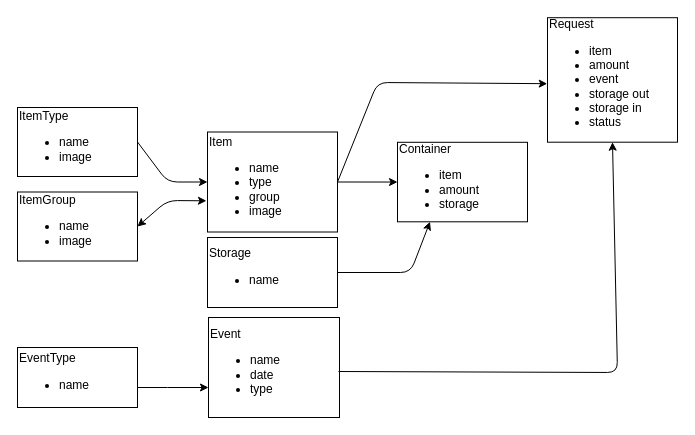
Earlier version of the draw.io diagram MHT.drawio (Aszhelt/MH_Training). Source tidied: cells renumbered, new cells numbered last; positions are measured from the earlier drawing's top-left corner, leaving out a move shared by most shapes. Both pictures are drawn from the tidied source at 100%, with x=0, y=0 at pixel (17, 17).
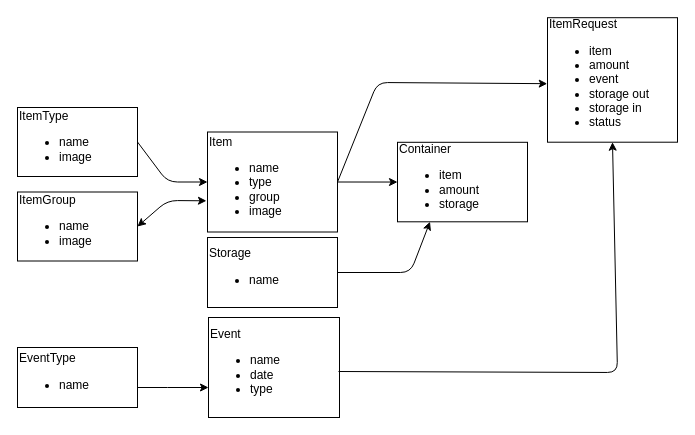
After the change.

Diff of the diagram source:
```diff
@@
-    <mxCell id="12" value="&lt;div&gt;Request&lt;/div&gt;&lt;div&gt;&lt;ul&gt;&lt;li&gt;item&lt;/li&gt;&lt;li&gt;amount&lt;/li&gt;&lt;li&gt;event&lt;/li&gt;&lt;li&gt;storage out&lt;/li&gt;&lt;li&gt;storage in&lt;/li&gt;&lt;li&gt;status&lt;/li&gt;&lt;/ul&gt;&lt;/div&gt;" style="rounded=0;whiteSpace=wrap;html=1;align=left;" parent="1" vertex="1">
+    <mxCell id="12" value="&lt;div&gt;ItemRequest&lt;/div&gt;&lt;div&gt;&lt;ul&gt;&lt;li&gt;item&lt;/li&gt;&lt;li&gt;amount&lt;/li&gt;&lt;li&gt;event&lt;/li&gt;&lt;li&gt;storage out&lt;/li&gt;&lt;li&gt;storage in&lt;/li&gt;&lt;li&gt;status&lt;/li&gt;&lt;/ul&gt;&lt;/div&gt;" style="rounded=0;whiteSpace=wrap;html=1;align=left;" parent="1" vertex="1">
       <mxGeometry x="530" y="0.2" width="130" height="124.5" as="geometry" />
     </mxCell>
```
